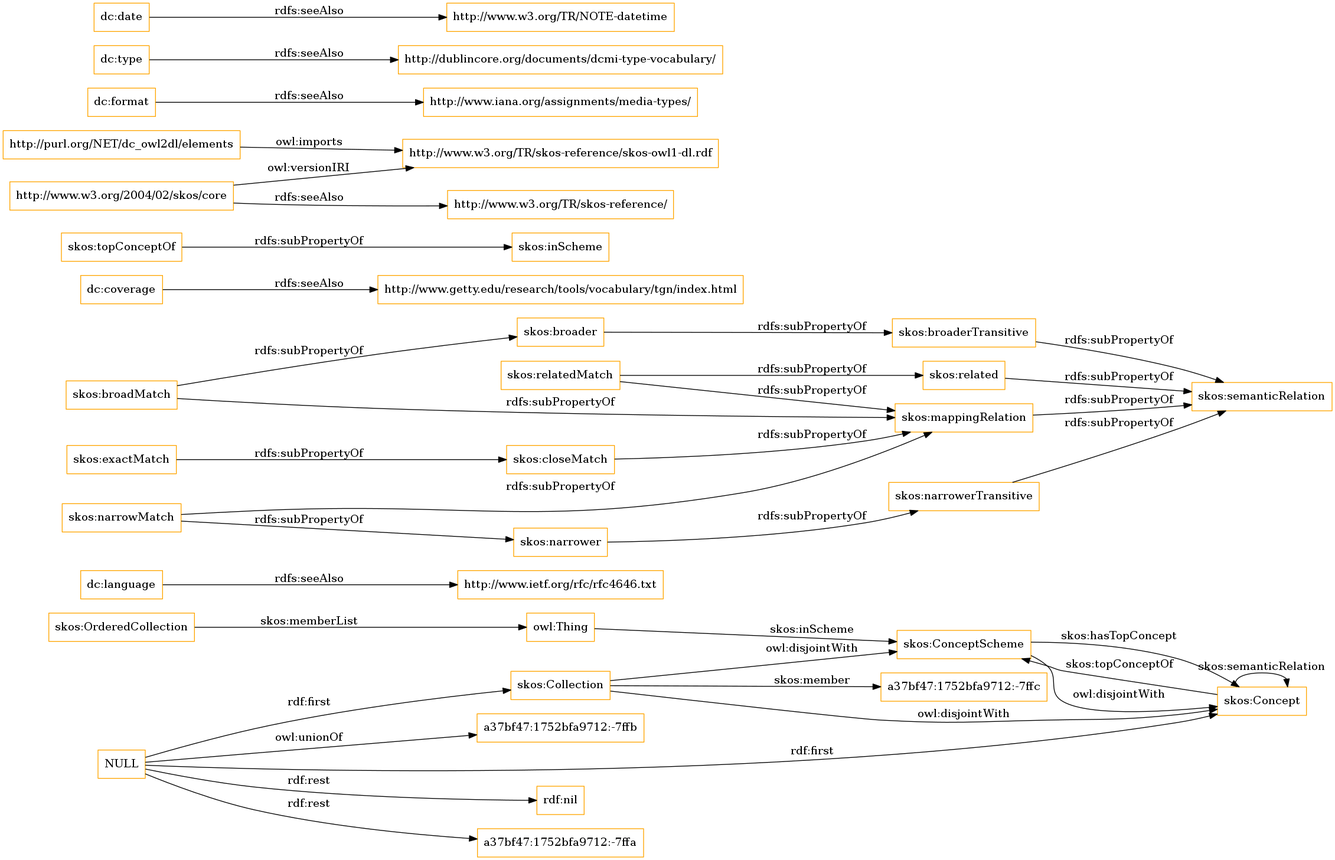
OnToologyUser/core-ontology-1 keeps this Graphviz diagram as OnToology/imports/elements.owl/diagrams/ar2dtool-class/elements.owl.png. Above is the earlier version. Its source is kept beside it as OnToology/imports/elements.owl/diagrams/ar2dtool-class/elements.owl.png.dot.
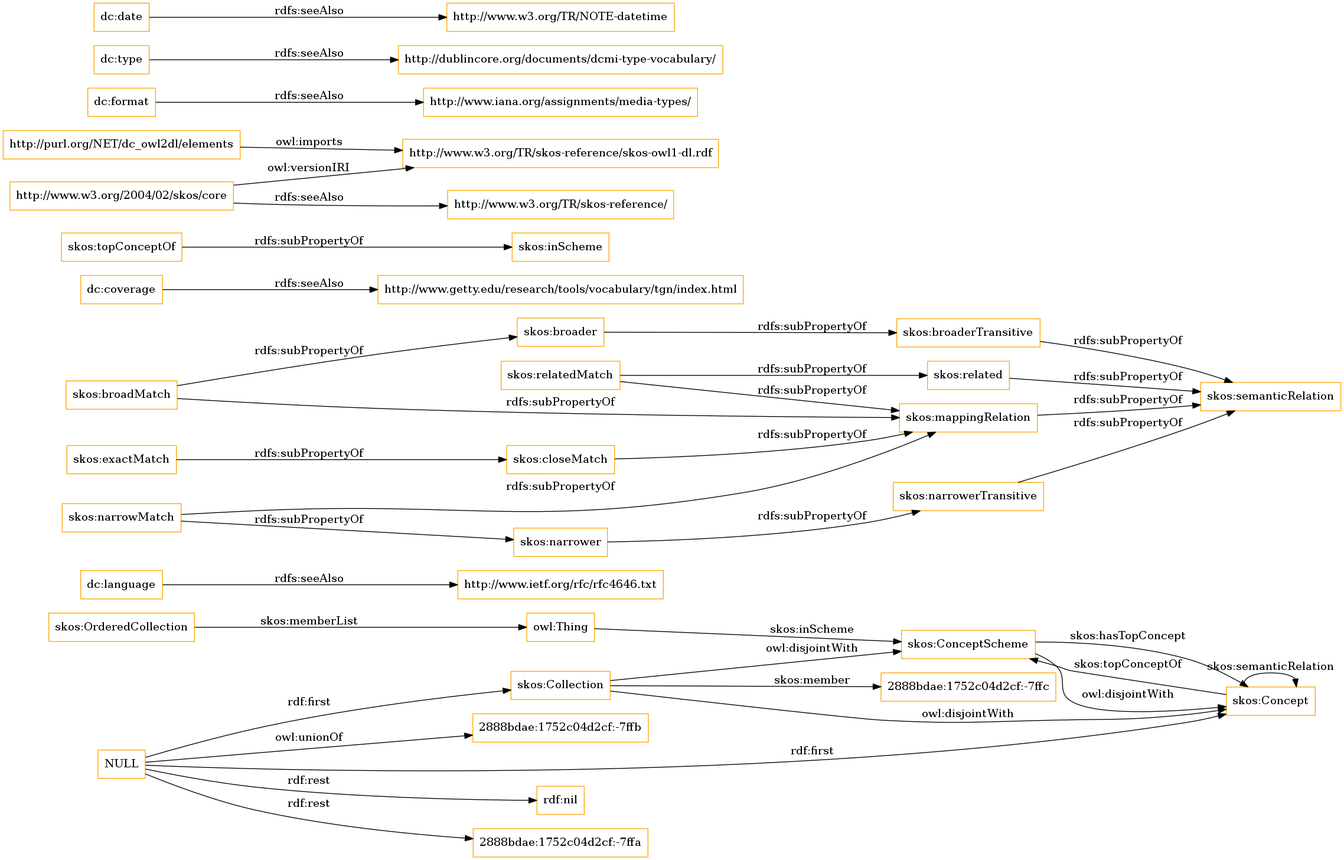
The same diagram one commit later.

Change to the diagram source:
```diff
@@ -1,13 +1,13 @@
 digraph ar2dtool_diagram {
 rankdir=LR;
 size="1501"
-node [shape = rectangle, color="orange"]; "a37bf47:1752bfa9712:-7ffc" "skos:OrderedCollection" "skos:Collection" "skos:ConceptScheme" "skos:Concept" ; /*classes style*/
+node [shape = rectangle, color="orange"]; "2888bdae:1752c04d2cf:-7ffc" "skos:OrderedCollection" "skos:Collection" "skos:ConceptScheme" "skos:Concept" ; /*classes style*/
 	"dc:language" -> "http://www.ietf.org/rfc/rfc4646.txt" [ label = "rdfs:seeAlso" ];
 	"NULL" -> "rdf:nil" [ label = "rdf:rest" ];
 	"NULL" -> "skos:Collection" [ label = "rdf:first" ];
-	"NULL" -> "a37bf47:1752bfa9712:-7ffa" [ label = "rdf:rest" ];
+	"NULL" -> "2888bdae:1752c04d2cf:-7ffa" [ label = "rdf:rest" ];
 	"NULL" -> "skos:Concept" [ label = "rdf:first" ];
-	"NULL" -> "a37bf47:1752bfa9712:-7ffb" [ label = "owl:unionOf" ];
+	"NULL" -> "2888bdae:1752c04d2cf:-7ffb" [ label = "owl:unionOf" ];
 	"skos:closeMatch" -> "skos:mappingRelation" [ label = "rdfs:subPropertyOf" ];
 	"dc:coverage" -> "http://www.getty.edu/research/tools/vocabulary/tgn/index.html" [ label = "rdfs:seeAlso" ];
 	"skos:relatedMatch" -> "skos:related" [ label = "rdfs:subPropertyOf" ];
@@ -36,7 +36,7 @@
 	"skos:OrderedCollection" -> "owl:Thing" [ label = "skos:memberList" ];
 	"skos:Concept" -> "skos:ConceptScheme" [ label = "skos:topConceptOf" ];
 	"skos:Concept" -> "skos:Concept" [ label = "skos:semanticRelation" ];
-	"skos:Collection" -> "a37bf47:1752bfa9712:-7ffc" [ label = "skos:member" ];
+	"skos:Collection" -> "2888bdae:1752c04d2cf:-7ffc" [ label = "skos:member" ];
 	"skos:ConceptScheme" -> "skos:Concept" [ label = "skos:hasTopConcept" ];
 	"owl:Thing" -> "skos:ConceptScheme" [ label = "skos:inScheme" ];
 
```
